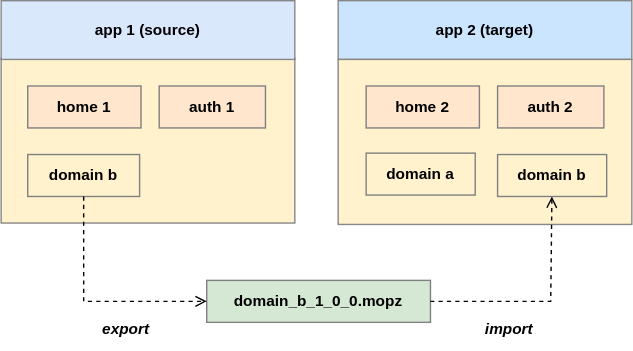
Before: docs/diagrams/pigal_module_flows.drawio.svg, a diagram exported from draw.io (MalcomChumchouaPenda/Pigal-Flask). Source tidied: cells renumbered, new cells last; positions are measured from the earlier drawing's top-left corner, leaving out a move shared by most shapes.
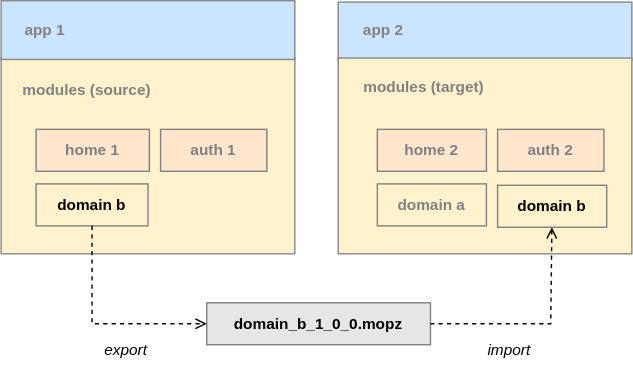
The same diagram one commit later.

Commit message:
change theme/module architecture

Change to the diagram source:
```diff
@@ -3,60 +3,72 @@
     <mxCell id="0" />
     <mxCell id="1" parent="0" />
     <mxCell id="2" style="rounded=0;whiteSpace=wrap;html=1;fillColor=#FFF2CC;strokeColor=#878787;fontStyle=1;fontSize=11;" parent="1" vertex="1">
-      <mxGeometry y="41" width="210" height="118" as="geometry" />
+      <mxGeometry x="4" y="24" width="210" height="140" as="geometry" />
     </mxCell>
-    <mxCell id="3" value="app 2 (target)" style="rounded=0;whiteSpace=wrap;html=1;fillColor=#CCE5FF;fontStyle=1;fontSize=11;strokeColor=#878787;" parent="1" vertex="1">
-      <mxGeometry x="241" width="210" height="42" as="geometry" />
+    <mxCell id="3" style="rounded=0;whiteSpace=wrap;html=1;fillColor=#CCE5FF;fontStyle=1;fontSize=11;strokeColor=#878787;fontColor=#808080;" parent="1" vertex="1">
+      <mxGeometry x="245" y="-16" width="210" height="42" as="geometry" />
     </mxCell>
-    <mxCell id="4" value="import" style="text;html=1;strokeColor=none;fillColor=none;align=center;verticalAlign=middle;rounded=0;fontStyle=3;fontSize=11;" parent="1" vertex="1">
-      <mxGeometry x="339" y="220" width="48.8" height="30" as="geometry" />
+    <mxCell id="4" value="import" style="text;html=1;strokeColor=none;fillColor=none;align=center;verticalAlign=middle;rounded=0;fontStyle=2;fontSize=11;" parent="1" vertex="1">
+      <mxGeometry x="343" y="218" width="48.8" height="30" as="geometry" />
     </mxCell>
-    <mxCell id="5" value="app 1 (source)" style="rounded=0;whiteSpace=wrap;html=1;fillColor=#dae8fc;fontStyle=1;fontSize=11;strokeColor=#878787;" parent="1" vertex="1">
-      <mxGeometry width="210" height="42" as="geometry" />
+    <mxCell id="5" style="rounded=0;whiteSpace=wrap;html=1;fillColor=#CCE5FF;fontStyle=1;fontSize=11;strokeColor=#878787;fontColor=#808080;" parent="1" vertex="1">
+      <mxGeometry x="4" y="-17" width="210" height="42" as="geometry" />
     </mxCell>
     <mxCell id="6" style="rounded=0;whiteSpace=wrap;html=1;fillColor=#FFF2CC;strokeColor=#878787;fontStyle=1;fontSize=11;" parent="1" vertex="1">
-      <mxGeometry x="241" y="42" width="210" height="118" as="geometry" />
+      <mxGeometry x="245" y="24" width="210" height="140" as="geometry" />
     </mxCell>
-    <mxCell id="7" value="home 1" style="text;html=1;align=center;verticalAlign=middle;whiteSpace=wrap;rounded=0;fontSize=11;fontStyle=1;fillColor=#ffe6cc;strokeColor=#808080;" parent="1" vertex="1">
-      <mxGeometry x="19" y="61" width="81" height="30" as="geometry" />
+    <mxCell id="7" value="home 1" style="text;html=1;align=center;verticalAlign=middle;whiteSpace=wrap;rounded=0;fontSize=11;fontStyle=1;fillColor=#ffe6cc;strokeColor=#808080;fontColor=#808080;" parent="1" vertex="1">
+      <mxGeometry x="29" y="75" width="81" height="30" as="geometry" />
     </mxCell>
     <mxCell id="8" value="domain b" style="text;html=1;align=center;verticalAlign=middle;whiteSpace=wrap;rounded=0;fontSize=11;fontStyle=1;fillColor=none;strokeColor=#808080;" parent="1" vertex="1">
-      <mxGeometry x="19" y="110" width="80" height="30" as="geometry" />
+      <mxGeometry x="29" y="114" width="80" height="30" as="geometry" />
     </mxCell>
-    <mxCell id="9" value="auth 1" style="text;html=1;align=center;verticalAlign=middle;whiteSpace=wrap;rounded=0;fontSize=11;fontStyle=1;fillColor=#ffe6cc;strokeColor=#808080;" parent="1" vertex="1">
-      <mxGeometry x="113" y="61" width="76" height="30" as="geometry" />
+    <mxCell id="9" value="auth 1" style="text;html=1;align=center;verticalAlign=middle;whiteSpace=wrap;rounded=0;fontSize=11;fontStyle=1;fillColor=#ffe6cc;strokeColor=#808080;fontColor=#808080;" parent="1" vertex="1">
+      <mxGeometry x="118" y="75" width="76" height="30" as="geometry" />
     </mxCell>
-    <mxCell id="10" value="home 2" style="text;html=1;align=center;verticalAlign=middle;whiteSpace=wrap;rounded=0;fontSize=11;fontStyle=1;fillColor=#FFE6CC;strokeColor=#808080;" parent="1" vertex="1">
-      <mxGeometry x="261" y="61" width="81" height="30" as="geometry" />
+    <mxCell id="10" value="home 2" style="text;html=1;align=center;verticalAlign=middle;whiteSpace=wrap;rounded=0;fontSize=11;fontStyle=1;fillColor=#FFE6CC;strokeColor=#808080;fontColor=#808080;" parent="1" vertex="1">
+      <mxGeometry x="273" y="75" width="78" height="30" as="geometry" />
     </mxCell>
-    <mxCell id="11" value="domain a" style="text;html=1;align=center;verticalAlign=middle;whiteSpace=wrap;rounded=0;fontSize=11;fontStyle=1;fillColor=none;strokeColor=#808080;" parent="1" vertex="1">
-      <mxGeometry x="261" y="109" width="78" height="30" as="geometry" />
+    <mxCell id="11" value="domain a" style="text;html=1;align=center;verticalAlign=middle;whiteSpace=wrap;rounded=0;fontSize=11;fontStyle=1;fillColor=none;strokeColor=#808080;fontColor=#808080;" parent="1" vertex="1">
+      <mxGeometry x="273" y="114" width="78" height="30" as="geometry" />
     </mxCell>
-    <mxCell id="12" value="auth 2" style="text;html=1;align=center;verticalAlign=middle;whiteSpace=wrap;rounded=0;fontSize=11;fontStyle=1;fillColor=#ffe6cc;strokeColor=#808080;" parent="1" vertex="1">
-      <mxGeometry x="355" y="61" width="76" height="30" as="geometry" />
+    <mxCell id="12" value="auth 2" style="text;html=1;align=center;verticalAlign=middle;whiteSpace=wrap;rounded=0;fontSize=11;fontStyle=1;fillColor=#ffe6cc;strokeColor=#808080;fontColor=#808080;" parent="1" vertex="1">
+      <mxGeometry x="359" y="75" width="76" height="30" as="geometry" />
     </mxCell>
     <mxCell id="13" value="&lt;span style=&quot;font-style: normal;&quot;&gt;domain b&lt;/span&gt;" style="text;html=1;align=center;verticalAlign=middle;whiteSpace=wrap;rounded=0;fontSize=11;fontStyle=3;fillColor=none;strokeColor=#808080;" parent="1" vertex="1">
-      <mxGeometry x="355" y="110" width="78" height="30" as="geometry" />
+      <mxGeometry x="359" y="115" width="78" height="30" as="geometry" />
     </mxCell>
-    <mxCell id="14" value="domain_b_1_0_0.mopz" style="text;html=1;align=center;verticalAlign=middle;whiteSpace=wrap;rounded=0;fontSize=11;fontStyle=1;fillColor=#D5E8D4;strokeColor=#808080;" parent="1" vertex="1">
-      <mxGeometry x="147" y="200" width="160" height="30" as="geometry" />
+    <mxCell id="14" value="domain_b_1_0_0.mopz" style="text;html=1;align=center;verticalAlign=middle;whiteSpace=wrap;rounded=0;fontSize=11;fontStyle=1;fillColor=#E6E6E6;strokeColor=#808080;" parent="1" vertex="1">
+      <mxGeometry x="151" y="199" width="160" height="30" as="geometry" />
     </mxCell>
     <mxCell id="15" style="edgeStyle=none;html=1;entryX=0;entryY=0.5;entryDx=0;entryDy=0;endArrow=open;endFill=0;dashed=1;rounded=0;curved=0;" parent="1" edge="1" source="8" target="14">
       <mxGeometry relative="1" as="geometry">
         <Array as="points">
-          <mxPoint x="59" y="215" />
+          <mxPoint x="69" y="214" />
         </Array>
       </mxGeometry>
     </mxCell>
     <mxCell id="16" style="edgeStyle=none;html=1;entryX=1;entryY=0.5;entryDx=0;entryDy=0;rounded=0;curved=0;endArrow=none;endFill=0;dashed=1;startArrow=open;startFill=0;" parent="1" edge="1" source="13" target="14">
       <mxGeometry relative="1" as="geometry">
         <Array as="points">
-          <mxPoint x="393" y="215" />
+          <mxPoint x="397" y="214" />
         </Array>
       </mxGeometry>
     </mxCell>
-    <mxCell id="17" value="export" style="text;html=1;strokeColor=none;fillColor=none;align=center;verticalAlign=middle;rounded=0;fontStyle=3;fontSize=11;" parent="1" vertex="1">
-      <mxGeometry x="65.2" y="220" width="47.8" height="30" as="geometry" />
+    <mxCell id="17" value="export" style="text;html=1;strokeColor=none;fillColor=none;align=center;verticalAlign=middle;rounded=0;fontStyle=2;fontSize=11;" parent="1" vertex="1">
+      <mxGeometry x="69.2" y="218" width="47.8" height="30" as="geometry" />
     </mxCell>
+    <mxCell id="18" value="modules (source)" style="text;html=1;align=center;verticalAlign=middle;whiteSpace=wrap;rounded=0;fontSize=11;fontStyle=1;fillColor=none;strokeColor=none;fontColor=#808080;" parent="1" vertex="1">
+      <mxGeometry x="12.5" y="32" width="104.5" height="30" as="geometry" />
+    </mxCell>
+    <mxCell id="19" value="modules (target)" style="text;html=1;align=center;verticalAlign=middle;whiteSpace=wrap;rounded=0;fontSize=11;fontStyle=1;fillColor=none;strokeColor=none;fontColor=#808080;" parent="1" vertex="1">
+      <mxGeometry x="254.5" y="30" width="102.5" height="30" as="geometry" />
+    </mxCell>
+    <mxCell id="20" value="app 1" style="text;html=1;align=center;verticalAlign=middle;whiteSpace=wrap;rounded=0;fontSize=11;fontStyle=1;fillColor=none;strokeColor=none;fontColor=#808080;" parent="1" vertex="1">
+      <mxGeometry x="14" y="-11" width="42.8" height="30" as="geometry" />
+    </mxCell>
+    <mxCell id="21" value="app 2" style="text;html=1;align=center;verticalAlign=middle;whiteSpace=wrap;rounded=0;fontSize=11;fontStyle=1;fillColor=none;strokeColor=none;fontColor=#808080;" parent="1" vertex="1">
+      <mxGeometry x="255.5" y="-11" width="42.8" height="30" as="geometry" />
+    </mxCell>
   </root>
 </mxGraphModel>
```
